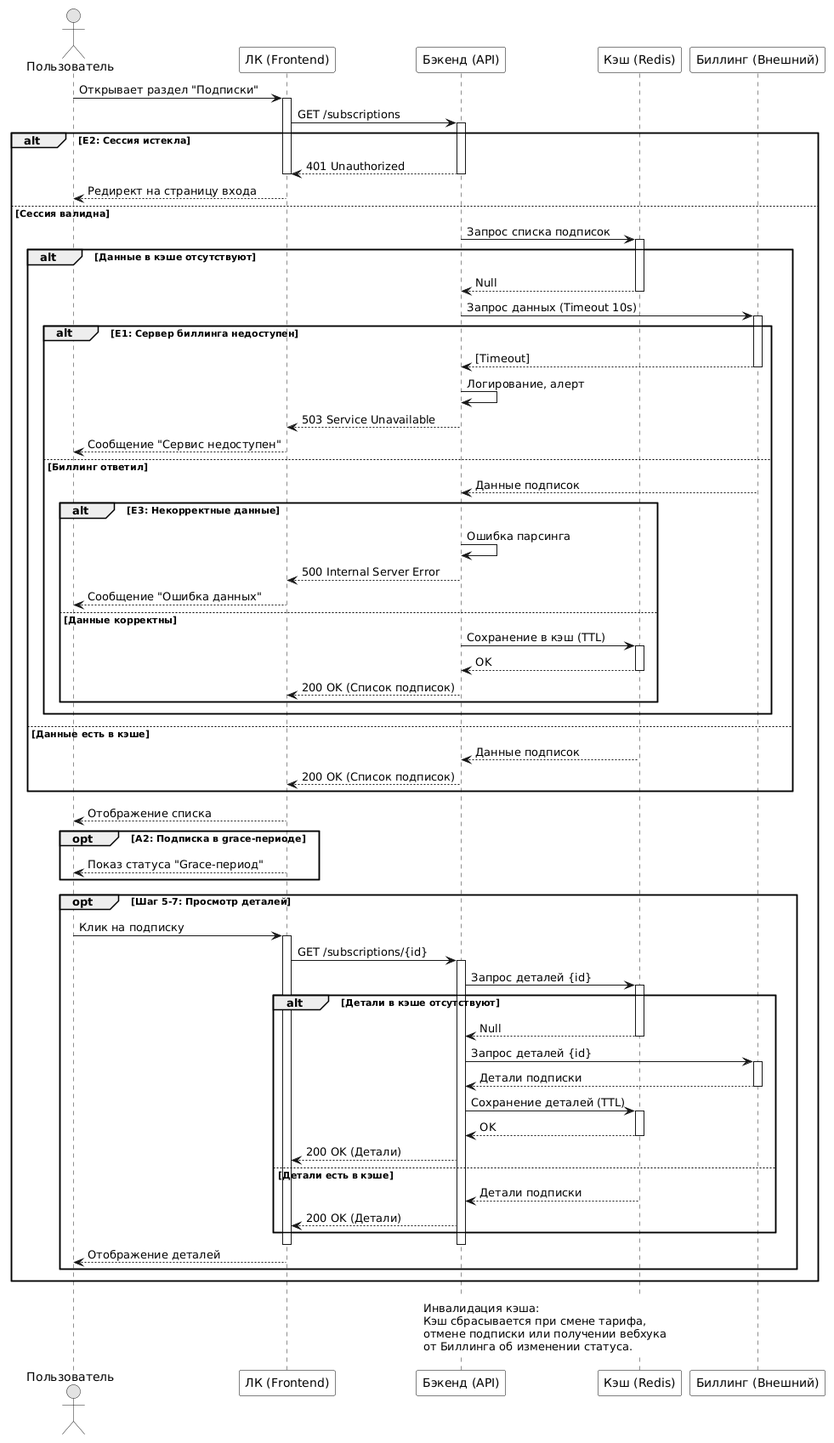
AngelinaK280004/subscription-management-system keeps this PlantUML diagram as 05_Sequence diagram/просмотр активных подписок.png. Above is the earlier version.
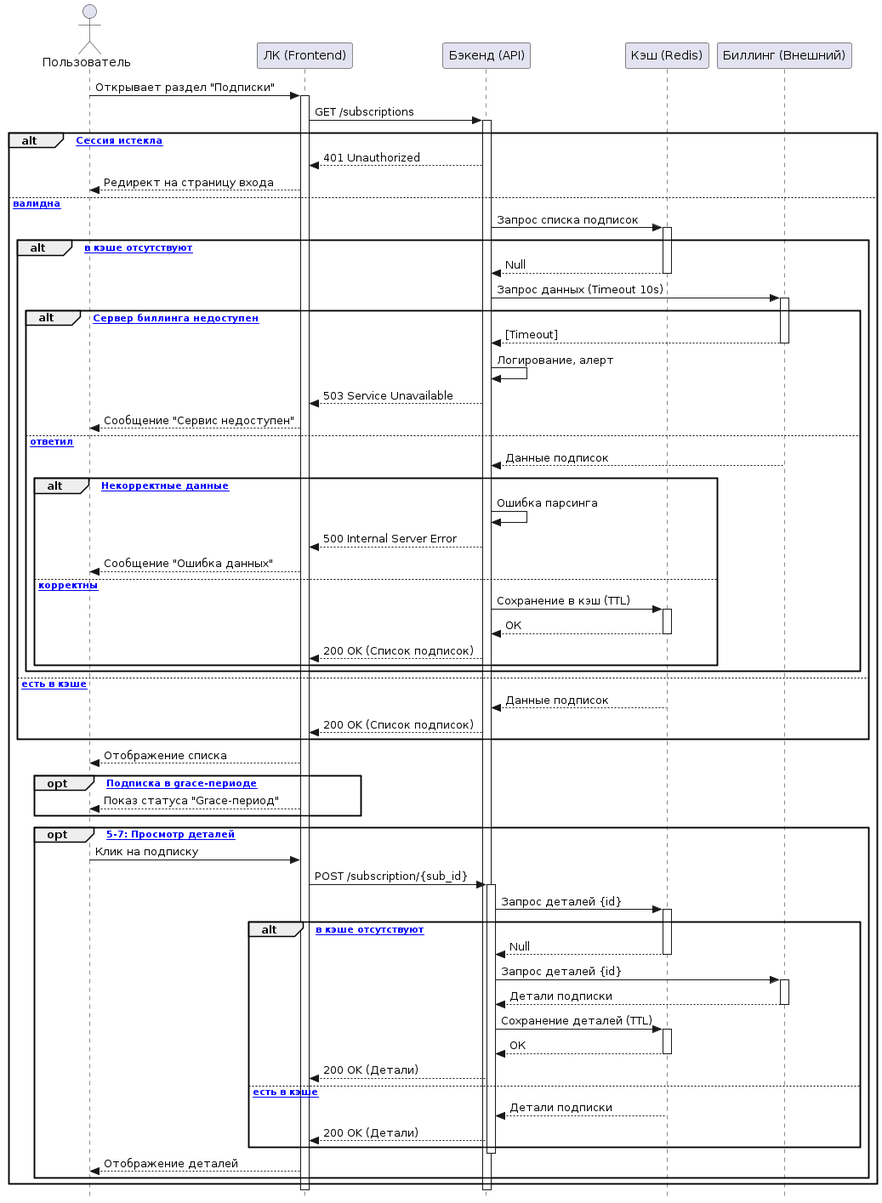
Later version of the same file.

Diff of the diagram source:
```diff
@@ -1,124 +1,101 @@
 @startuml
-skinparam monochrome true
-skinparam shadowing false
-skinparam defaultFontName Arial
-skinparam ParticipantBackgroundColor white
-skinparam ParticipantBorderColor black
-skinparam NoteBackgroundColor white
-skinparam NoteBorderColor white
-actor "Пользователь" as User
-participant "ЛК (Frontend)" as UI
-participant "Бэкенд (API)" as API
+skinparam style strictuml
+actor Пользователь
+participant "ЛК (Frontend)" as Frontend
+participant "Бэкенд (API)" as Backend
 participant "Кэш (Redis)" as Cache
 participant "Биллинг (Внешний)" as Billing
 
-User -> UI: Открывает раздел "Подписки"
-activate UI
-UI -> API: GET /subscriptions
-activate API
+Пользователь -> Frontend : Открывает раздел "Подписки"
+activate Frontend
 
-alt E2: Сессия истекла
-    API --> UI: 401 Unauthorized
-    deactivate API
-    deactivate UI
-    UI --> User: Редирект на страницу входа
-else Сессия валидна
-    API -> Cache: Запрос списка подписок
+Frontend -> Backend : GET /subscriptions
+activate Backend
+
+alt [E2: Сессия истекла]
+    Backend --> Frontend : 401 Unauthorized
+    Frontend --> Пользователь : Редирект на страницу входа
+else [Сессия валидна]
+    Backend -> Cache : Запрос списка подписок
     activate Cache
 
-    alt Данные в кэше отсутствуют
-        Cache --> API: Null
+    alt [Данные в кэше отсутствуют]
+        Cache --> Backend : Null
         deactivate Cache
 
-        API -> Billing: Запрос данных (Timeout 10s)
+        Backend -> Billing : Запрос данных (Timeout 10s)
         activate Billing
 
-        alt E1: Сервер биллинга недоступен
-            Billing --> API: [Timeout]
+        alt [E1: Сервер биллинга недоступен]
+            Billing --> Backend : [Timeout]
             deactivate Billing
-            API -> API: Логирование, алерт
-            API --> UI: 503 Service Unavailable
-            deactivate API
-            deactivate UI
-            UI --> User: Сообщение "Сервис недоступен"
-
-        else Биллинг ответил
-            Billing --> API: Данные подписок
+            Backend -> Backend : Логирование, алерт
+            Backend --> Frontend : 503 Service Unavailable
+            Frontend --> Пользователь : Сообщение "Сервис недоступен"
+        else [Биллинг ответил]
+            Billing --> Backend : Данные подписок
             deactivate Billing
 
-            alt E3: Некорректные данные
-                API -> API: Ошибка парсинга
-                API --> UI: 500 Internal Server Error
-                deactivate API
-                deactivate UI
-                UI --> User: Сообщение "Ошибка данных"
-
-            else Данные корректны
-                API -> Cache: Сохранение в кэш (TTL)
+            alt [E3: Некорректные данные]
+                Backend -> Backend : Ошибка парсинга
+                Backend --> Frontend : 500 Internal Server Error
+                Frontend --> Пользователь : Сообщение "Ошибка данных"
+            else [Данные корректны]
+                Backend -> Cache : Сохранение в кэш (TTL)
                 activate Cache
-                Cache --> API: OK
+                Cache --> Backend : ОК
                 deactivate Cache
 
-                API --> UI: 200 OK (Список подписок)
-                deactivate API
-                deactivate UI
+                Backend --> Frontend : 200 OK (Список подписок)
             end
         end
-
-    else Данные есть в кэше
-        Cache --> API: Данные подписок
+    else [Данные есть в кэше]
+        Cache --> Backend : Данные подписок
         deactivate Cache
-
-        API --> UI: 200 OK (Список подписок)
-        deactivate API
-        deactivate UI
+        Backend --> Frontend : 200 OK (Список подписок)
     end
 
-    UI --> User: Отображение списка
+    Frontend --> Пользователь : Отображение списка
 
-    opt A2: Подписка в grace-периоде
-        UI --> User: Показ статуса "Grace-период"
+    opt [A2: Подписка в grace-периоде]
+        Frontend --> Пользователь : Показ статуса "Grace-период"
     end
 
-    opt Шаг 5-7: Просмотр деталей
-        User -> UI: Клик на подписку
-        activate UI
-        UI -> API: GET /subscriptions/{id}
-        activate API
+    opt [Шаг 5-7: Просмотр деталей]
+        Пользователь -> Frontend : Клик на подписку
 
-        API -> Cache: Запрос деталей {id}
+        Frontend -> Backend : POST /subscription/{sub_id}
+        activate Backend
+
+        Backend -> Cache : Запрос деталей {id}
         activate Cache
-        alt Детали в кэше отсутствуют
-            Cache --> API: Null
+
+        alt [Детали в кэше отсутствуют]
+            Cache --> Backend : Null
             deactivate Cache
 
-            API -> Billing: Запрос деталей {id}
+            Backend -> Billing : Запрос деталей {id}
             activate Billing
-            Billing --> API: Детали подписки
+            Billing --> Backend : Детали подписки
             deactivate Billing
 
-            API -> Cache: Сохранение деталей (TTL)
+            Backend -> Cache : Сохранение деталей (TTL)
             activate Cache
-            Cache --> API: OK
+            Cache --> Backend : ОК
             deactivate Cache
 
-            API --> UI: 200 OK (Детали)
-        else Детали есть в кэше
-            Cache --> API: Детали подписки
+            Backend --> Frontend : 200 OK (Детали)
+        else [Детали есть в кэше]
+            Cache --> Backend : Детали подписки
             deactivate Cache
-            API --> UI: 200 OK (Детали)
+            Backend --> Frontend : 200 OK (Детали)
         end
 
-        deactivate API
-        deactivate UI
-        UI --> User: Отображение деталей
+        deactivate Backend
+        Frontend --> Пользователь : Отображение деталей
     end
 end
 
-note over Cache, API
-  Инвалидация кэша:
-  Кэш сбрасывается при смене тарифа,
-  отмене подписки или получении вебхука
-  от Биллинга об изменении статуса.
-end note
+deactivate Backend
+deactivate Frontend
 @enduml
```
